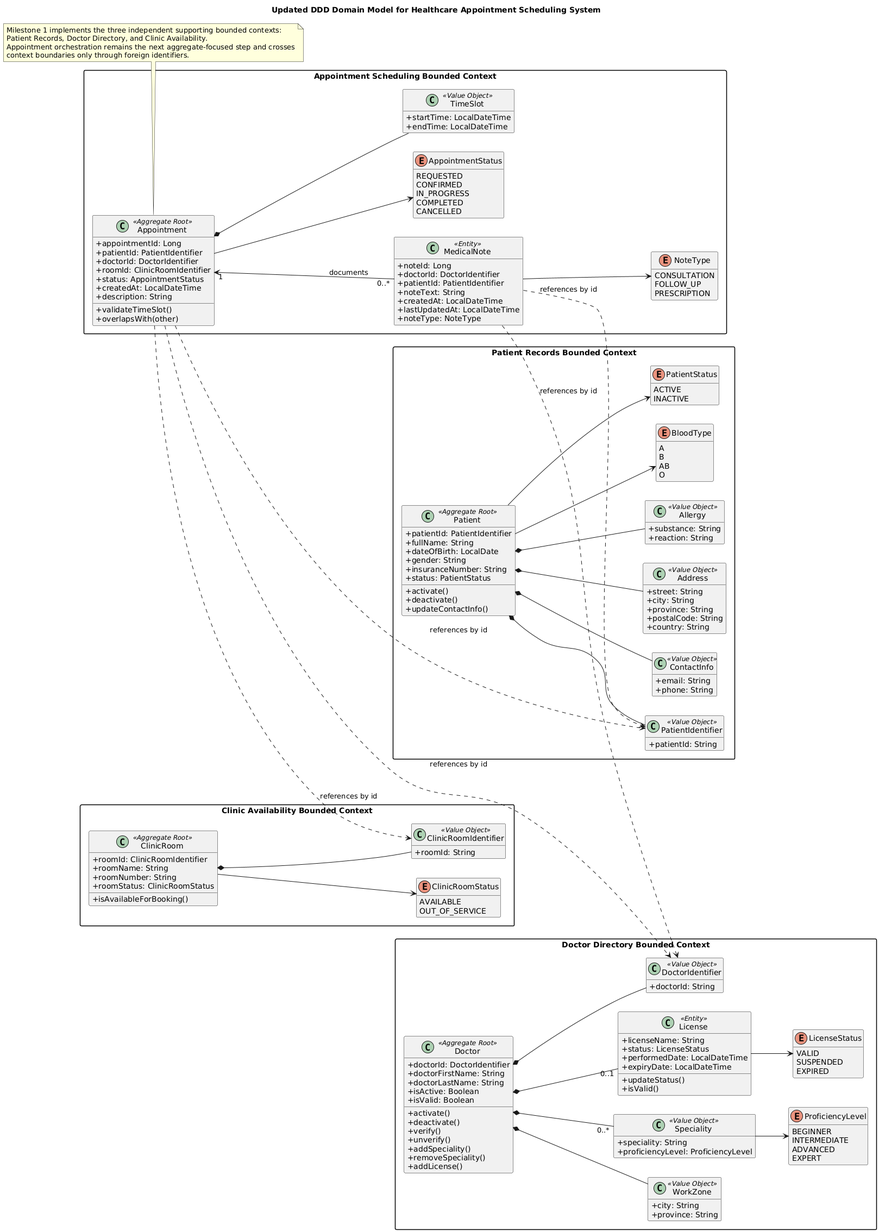
The PlantUML diagram Diagrams/DDD_Domain_Model.png in Ccyy615/Healthcare_Milestone_ms, before a commit.
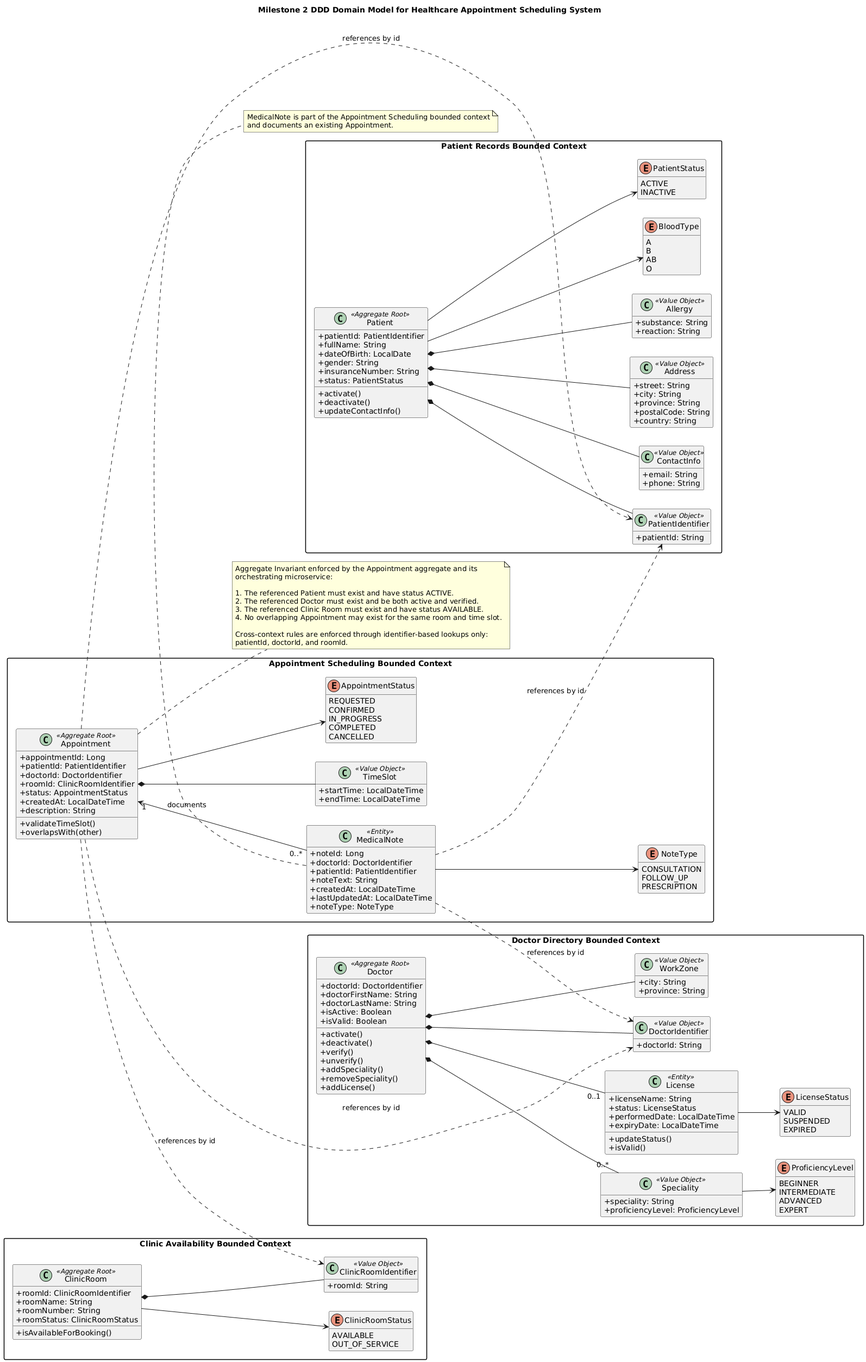
After the change.

The edit, as a diff of the source:
```diff
@@ -1,6 +1,6 @@
 @startuml
 
-title Updated DDD Domain Model for Healthcare Appointment Scheduling System
+title Milestone 2 DDD Domain Model for Healthcare Appointment Scheduling System
 
 left to right direction
 skinparam packageStyle rectangle
@@ -198,11 +198,22 @@
 MedicalNote ..> PatientIdentifier : references by id
 MedicalNote ..> DoctorIdentifier : references by id
 
-note bottom of Appointment
-Milestone 1 implements the three independent supporting bounded contexts:
-Patient Records, Doctor Directory, and Clinic Availability.
-Appointment orchestration remains the next aggregate-focused step and crosses
-context boundaries only through foreign identifiers.
+note right of Appointment
+Aggregate Invariant enforced by the Appointment aggregate and its
+orchestrating microservice:
+
+1. The referenced Patient must exist and have status ACTIVE.
+2. The referenced Doctor must exist and be both active and verified.
+3. The referenced Clinic Room must exist and have status AVAILABLE.
+4. No overlapping Appointment may exist for the same room and time slot.
+
+Cross-context rules are enforced through identifier-based lookups only:
+patientId, doctorId, and roomId.
+end note
+
+note bottom of MedicalNote
+MedicalNote is part of the Appointment Scheduling bounded context
+and documents an existing Appointment.
 end note
 
 @enduml
```
